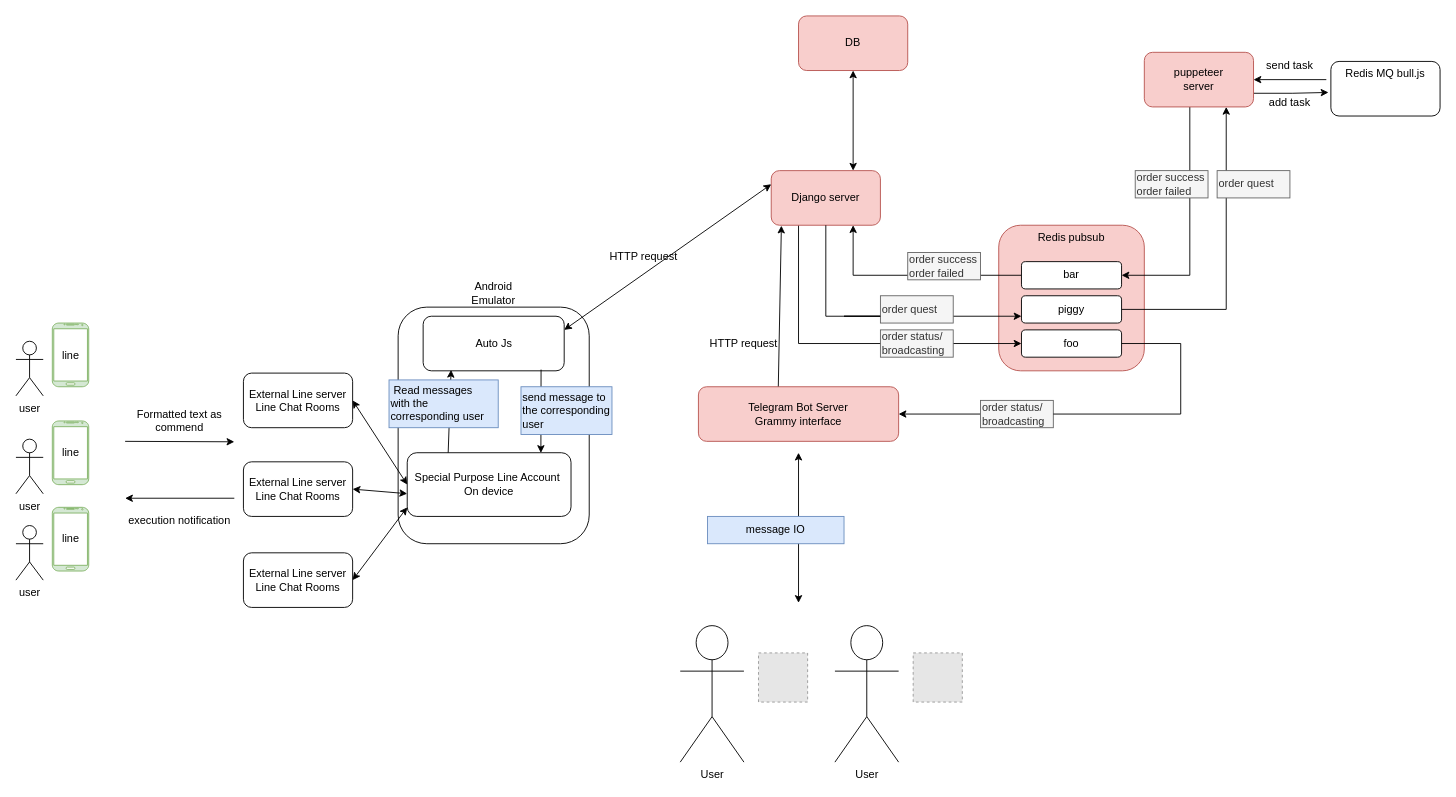
Above: page "architecture" (1 of 2) of LineBot.drawio in benntuecon/Line-Autojs (draw.io), before the change. Source tidied: cells renumbered, new cells numbered last; positions are measured from the earlier drawing's top-left corner, leaving out a move shared by most shapes. Both pictures are drawn from the tidied source at 91%, with x=0, y=0 at pixel (15, 15). Pictures stored in the file or linked from it are replaced by grey dashed boxes.
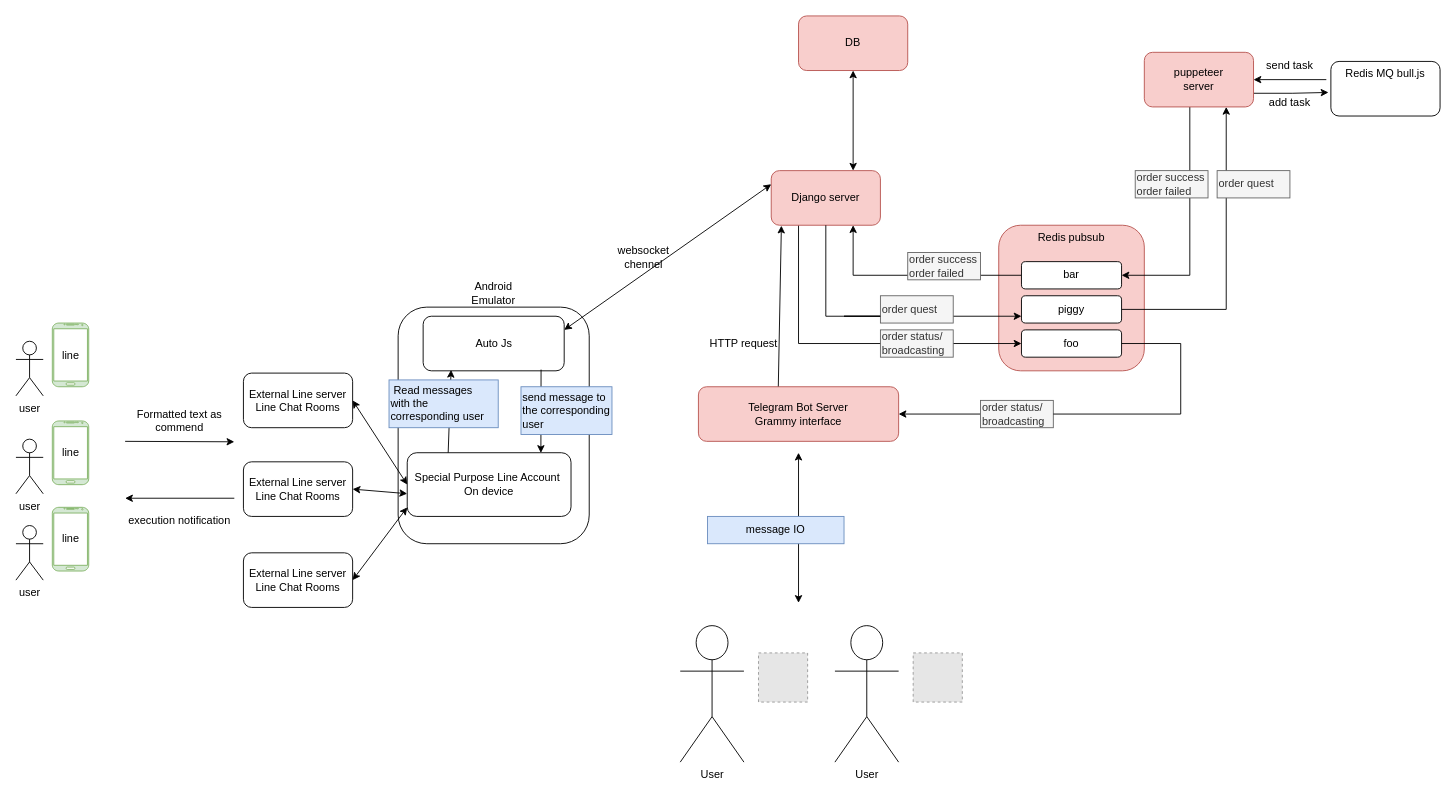
The same diagram, later.

The edit, as a diff of the source:
```diff
@@
-    <mxCell id="10" value="HTTP request" style="text;html=1;strokeColor=none;fillColor=none;align=center;verticalAlign=middle;whiteSpace=wrap;rounded=0;" parent="1" vertex="1">
+    <mxCell id="10" value="websocket&lt;br&gt;chennel" style="text;html=1;strokeColor=none;fillColor=none;align=center;verticalAlign=middle;whiteSpace=wrap;rounded=0;" parent="1" vertex="1">
       <mxGeometry x="630" y="250" width="120" height="30" as="geometry" />
     </mxCell>
```
